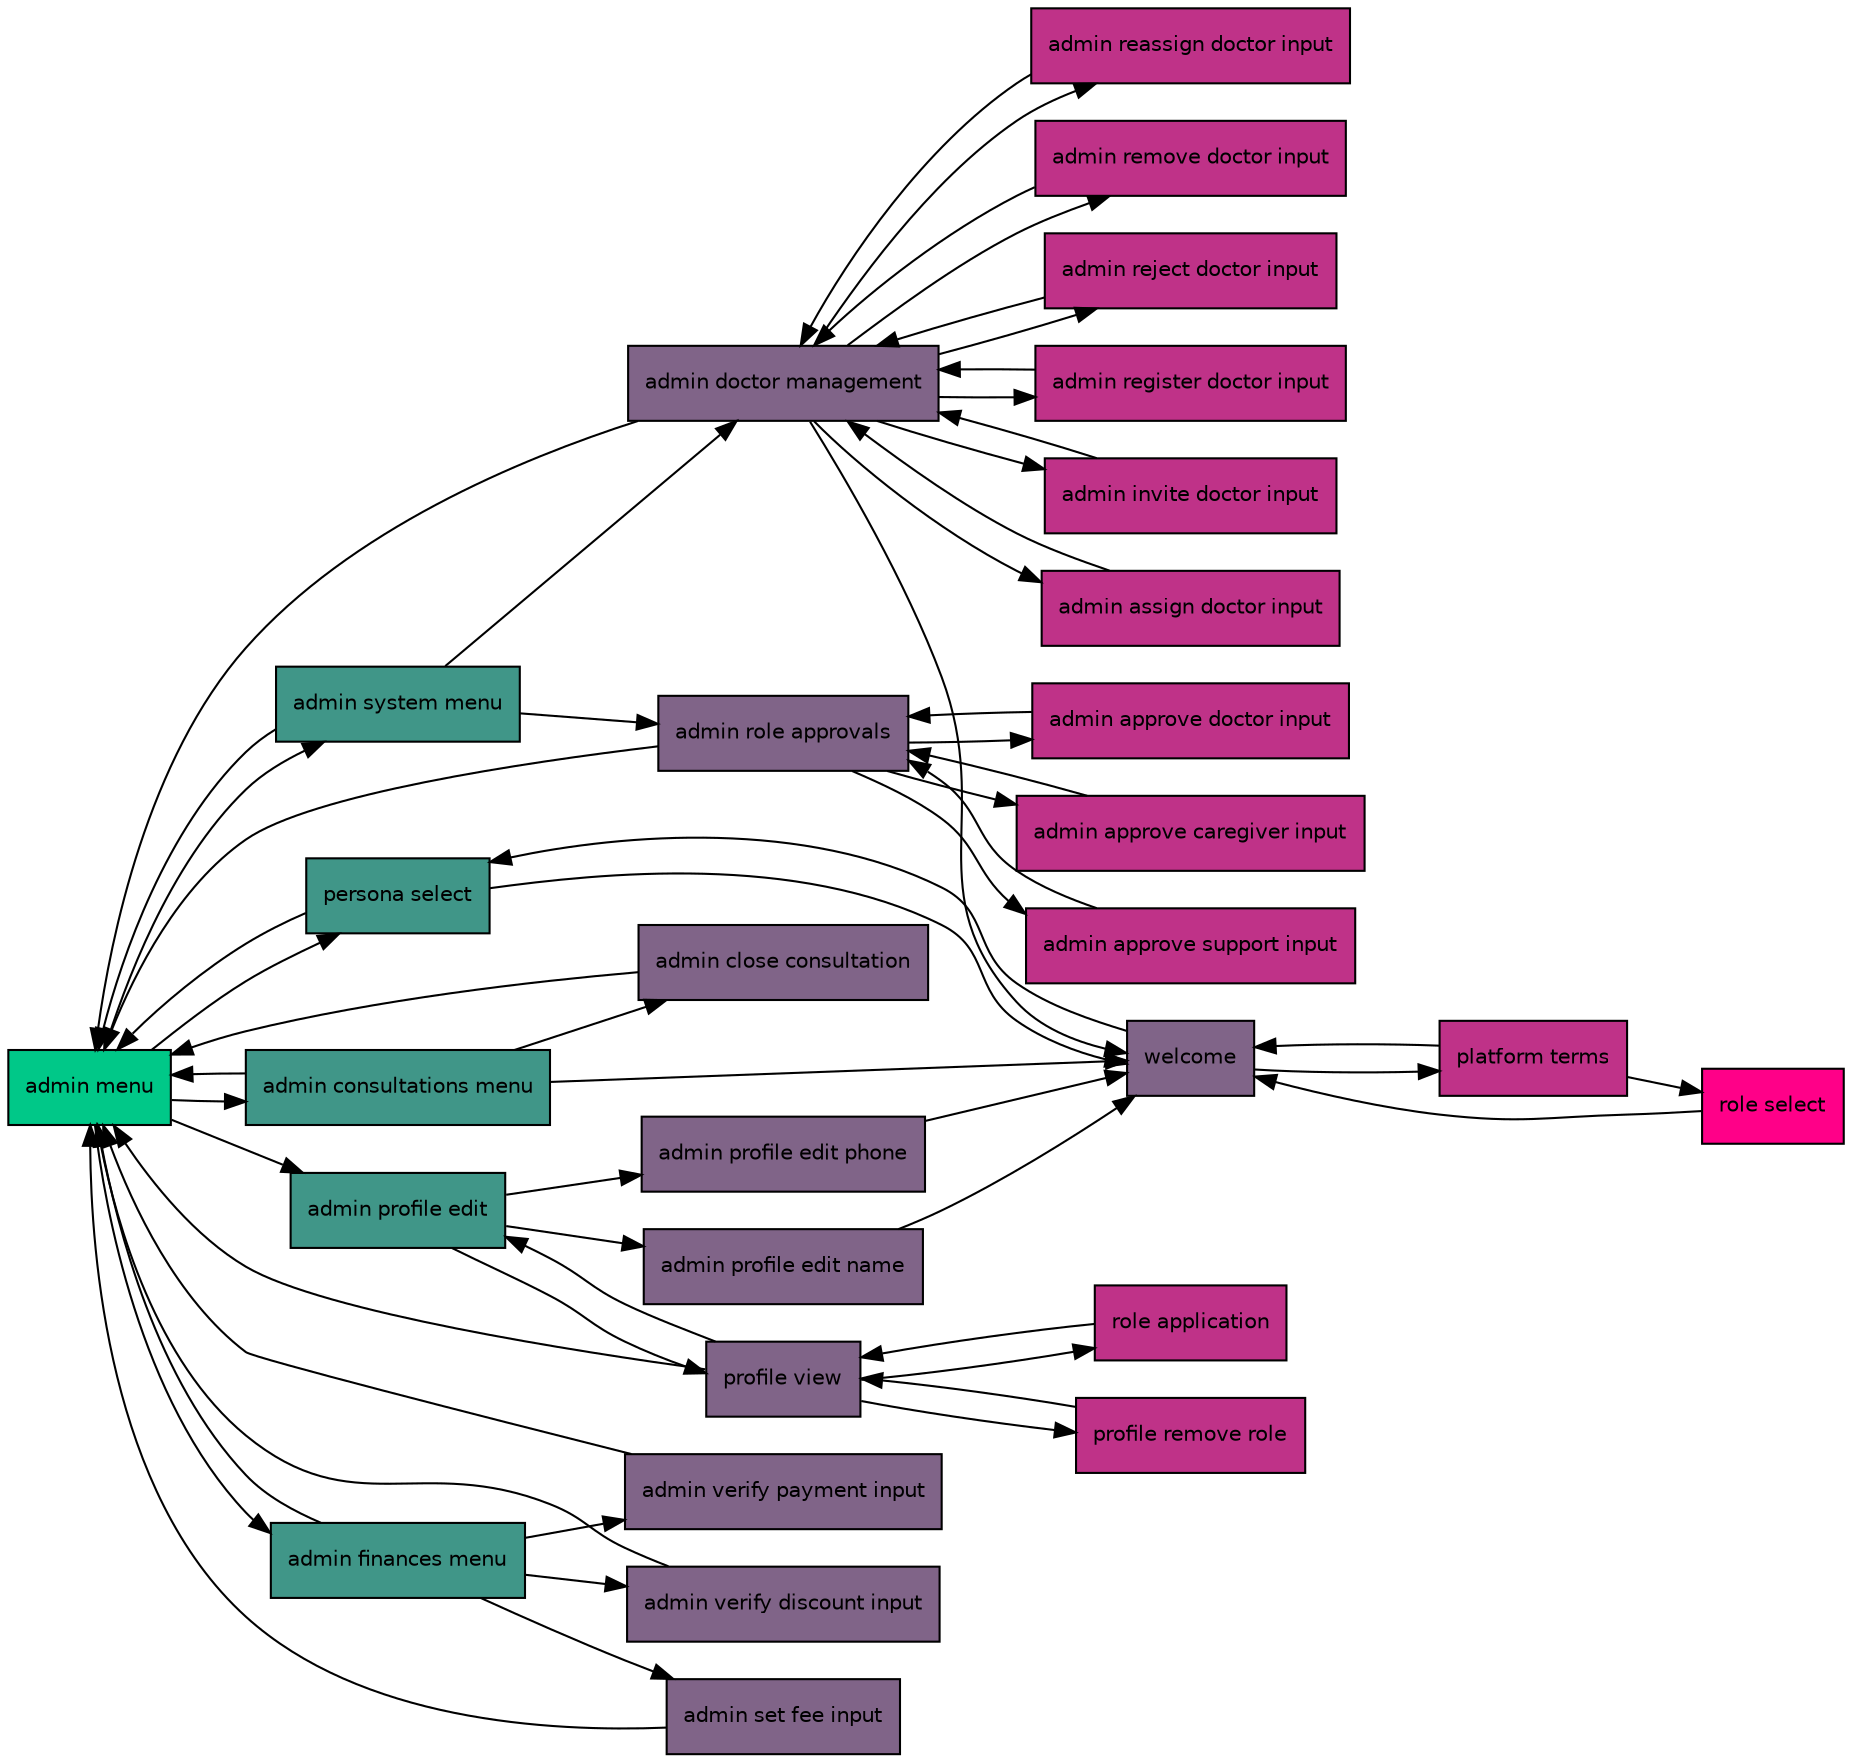
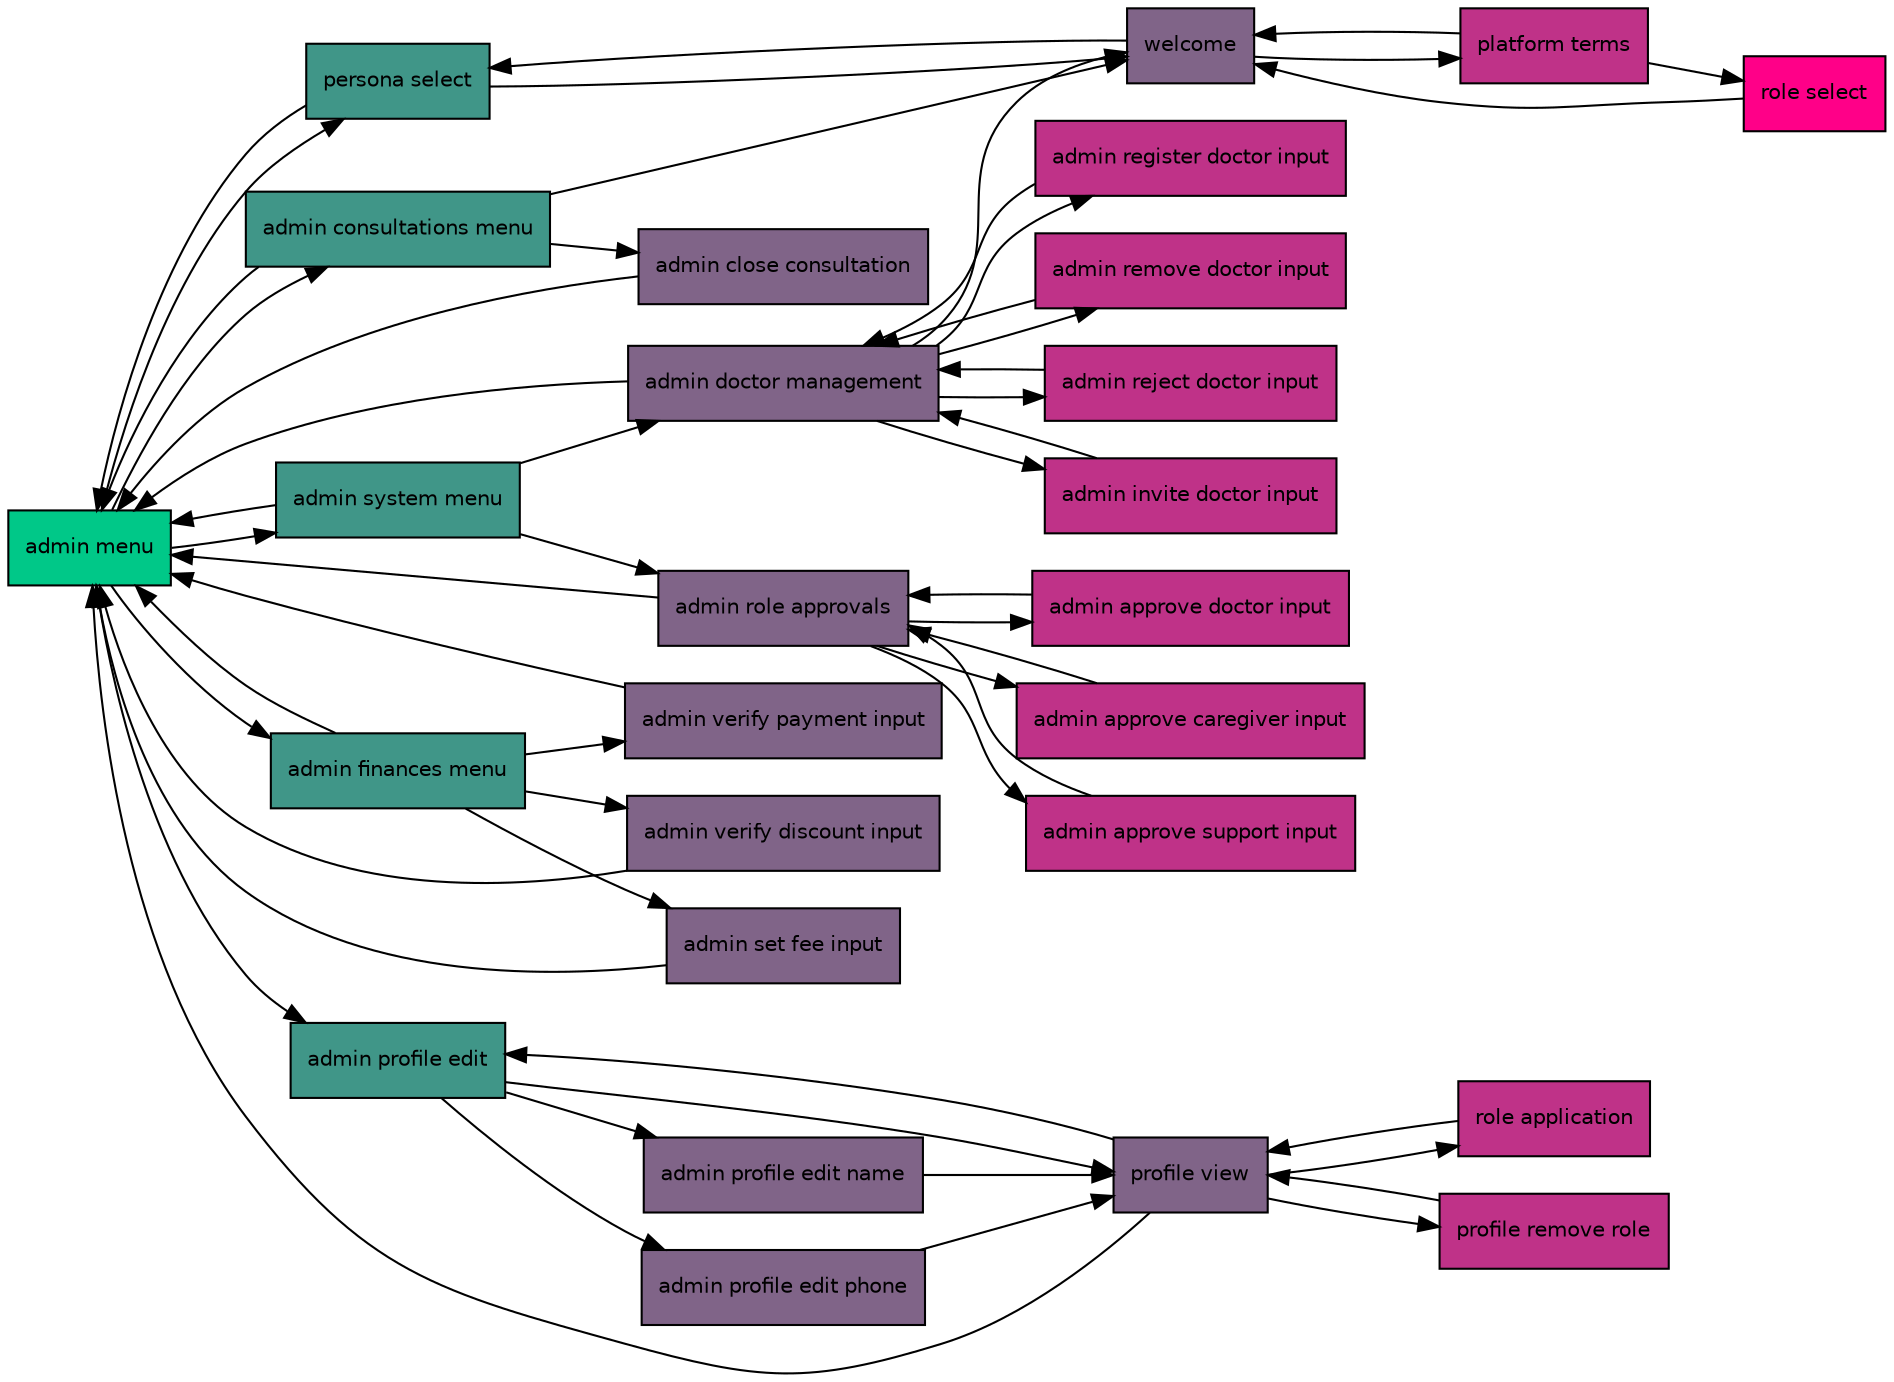
digraph admin_flow {
  rankdir=LR;
  node [shape=box style=filled fontname="Helvetica" fontsize=10];
  "admin_menu" [label="admin menu" fillcolor="#00c888"];
  "persona_select" [label="persona select" fillcolor="#409688"];
  "admin_consultations_menu" [label="admin consultations menu" fillcolor="#409688"];
  "admin_finances_menu" [label="admin finances menu" fillcolor="#409688"];
  "admin_system_menu" [label="admin system menu" fillcolor="#409688"];
  "admin_profile_edit" [label="admin profile edit" fillcolor="#409688"];
  "welcome" [label="welcome" fillcolor="#806488"];
  "admin_close_consultation" [label="admin close consultation" fillcolor="#806488"];
  "admin_verify_payment_input" [label="admin verify payment input" fillcolor="#806488"];
  "admin_verify_discount_input" [label="admin verify discount input" fillcolor="#806488"];
  "admin_set_fee_input" [label="admin set fee input" fillcolor="#806488"];
  "admin_role_approvals" [label="admin role approvals" fillcolor="#806488"];
  "admin_doctor_management" [label="admin doctor management" fillcolor="#806488"];
  "profile_view" [label="profile view" fillcolor="#806488"];
  "admin_profile_edit_name" [label="admin profile edit name" fillcolor="#806488"];
  "admin_profile_edit_phone" [label="admin profile edit phone" fillcolor="#806488"];
  "platform_terms" [label="platform terms" fillcolor="#bf3288"];
  "admin_approve_doctor_input" [label="admin approve doctor input" fillcolor="#bf3288"];
  "admin_approve_caregiver_input" [label="admin approve caregiver input" fillcolor="#bf3288"];
  "admin_approve_support_input" [label="admin approve support input" fillcolor="#bf3288"];
-   "admin_assign_doctor_input" [label="admin assign doctor input" fillcolor="#bf3288"];
-   "admin_reassign_doctor_input" [label="admin reassign doctor input" fillcolor="#bf3288"];
+   "admin_invite_doctor_input" [label="admin invite doctor input" fillcolor="#bf3288"];
+   "admin_register_doctor_input" [label="admin register doctor input" fillcolor="#bf3288"];
  "admin_remove_doctor_input" [label="admin remove doctor input" fillcolor="#bf3288"];
  "admin_reject_doctor_input" [label="admin reject doctor input" fillcolor="#bf3288"];
-   "admin_register_doctor_input" [label="admin register doctor input" fillcolor="#bf3288"];
-   "admin_invite_doctor_input" [label="admin invite doctor input" fillcolor="#bf3288"];
  "role_application" [label="role application" fillcolor="#bf3288"];
  "profile_remove_role" [label="profile remove role" fillcolor="#bf3288"];
  "role_select" [label="role select" fillcolor="#ff0088"];
  "admin_menu" -> "persona_select";
  "admin_menu" -> "admin_consultations_menu";
  "admin_menu" -> "admin_finances_menu";
  "admin_menu" -> "admin_system_menu";
  "admin_menu" -> "admin_profile_edit";
  "persona_select" -> "admin_menu";
  "persona_select" -> "welcome";
  "admin_consultations_menu" -> "admin_menu";
  "admin_consultations_menu" -> "welcome";
  "admin_consultations_menu" -> "admin_close_consultation";
  "admin_finances_menu" -> "admin_menu";
  "admin_finances_menu" -> "admin_verify_payment_input";
  "admin_finances_menu" -> "admin_verify_discount_input";
  "admin_finances_menu" -> "admin_set_fee_input";
  "admin_system_menu" -> "admin_menu";
  "admin_system_menu" -> "admin_role_approvals";
  "admin_system_menu" -> "admin_doctor_management";
  "admin_profile_edit" -> "profile_view";
  "admin_profile_edit" -> "admin_profile_edit_name";
  "admin_profile_edit" -> "admin_profile_edit_phone";
  "welcome" -> "platform_terms";
  "welcome" -> "persona_select";
  "admin_close_consultation" -> "admin_menu";
  "admin_verify_payment_input" -> "admin_menu";
  "admin_verify_discount_input" -> "admin_menu";
  "admin_set_fee_input" -> "admin_menu";
  "admin_role_approvals" -> "admin_menu";
  "admin_role_approvals" -> "admin_approve_doctor_input";
  "admin_role_approvals" -> "admin_approve_caregiver_input";
  "admin_role_approvals" -> "admin_approve_support_input";
  "admin_doctor_management" -> "admin_menu";
-   "admin_doctor_management" -> "admin_assign_doctor_input";
-   "admin_doctor_management" -> "admin_reassign_doctor_input";
+   "admin_doctor_management" -> "admin_invite_doctor_input";
+   "admin_doctor_management" -> "admin_register_doctor_input";
  "admin_doctor_management" -> "admin_remove_doctor_input";
  "admin_doctor_management" -> "admin_reject_doctor_input";
  "admin_doctor_management" -> "welcome";
-   "admin_doctor_management" -> "admin_register_doctor_input";
-   "admin_doctor_management" -> "admin_invite_doctor_input";
  "profile_view" -> "admin_menu";
  "profile_view" -> "admin_profile_edit";
  "profile_view" -> "role_application";
  "profile_view" -> "profile_remove_role";
-   "admin_profile_edit_name" -> "welcome";
-   "admin_profile_edit_phone" -> "welcome";
+   "admin_profile_edit_name" -> "profile_view";
+   "admin_profile_edit_phone" -> "profile_view";
  "platform_terms" -> "welcome";
  "platform_terms" -> "role_select";
  "admin_approve_doctor_input" -> "admin_role_approvals";
  "admin_approve_caregiver_input" -> "admin_role_approvals";
  "admin_approve_support_input" -> "admin_role_approvals";
-   "admin_assign_doctor_input" -> "admin_doctor_management";
-   "admin_reassign_doctor_input" -> "admin_doctor_management";
+   "admin_invite_doctor_input" -> "admin_doctor_management";
+   "admin_register_doctor_input" -> "admin_doctor_management";
  "admin_remove_doctor_input" -> "admin_doctor_management";
  "admin_reject_doctor_input" -> "admin_doctor_management";
-   "admin_register_doctor_input" -> "admin_doctor_management";
-   "admin_invite_doctor_input" -> "admin_doctor_management";
  "role_application" -> "profile_view";
  "profile_remove_role" -> "profile_view";
  "role_select" -> "welcome";
}